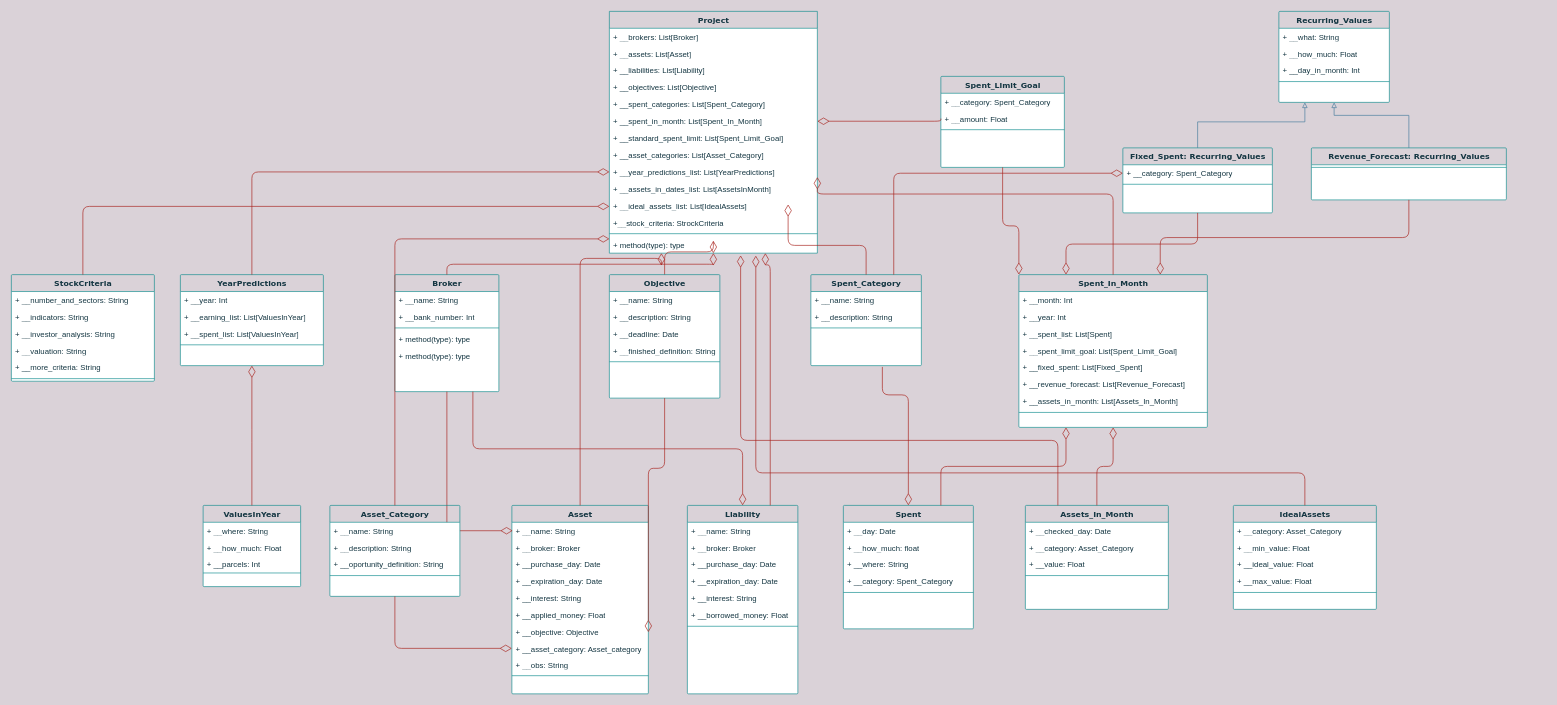
Above: Class Diagram.drawio in gusttav-lang/Financial-Controller (draw.io), before the change. Source tidied: cells renumbered, new cells numbered last; positions are measured from the earlier drawing's top-left corner, leaving out a move shared by most shapes. Both pictures are drawn from the tidied source at 65%, with x=0, y=0 at pixel (11, 11).
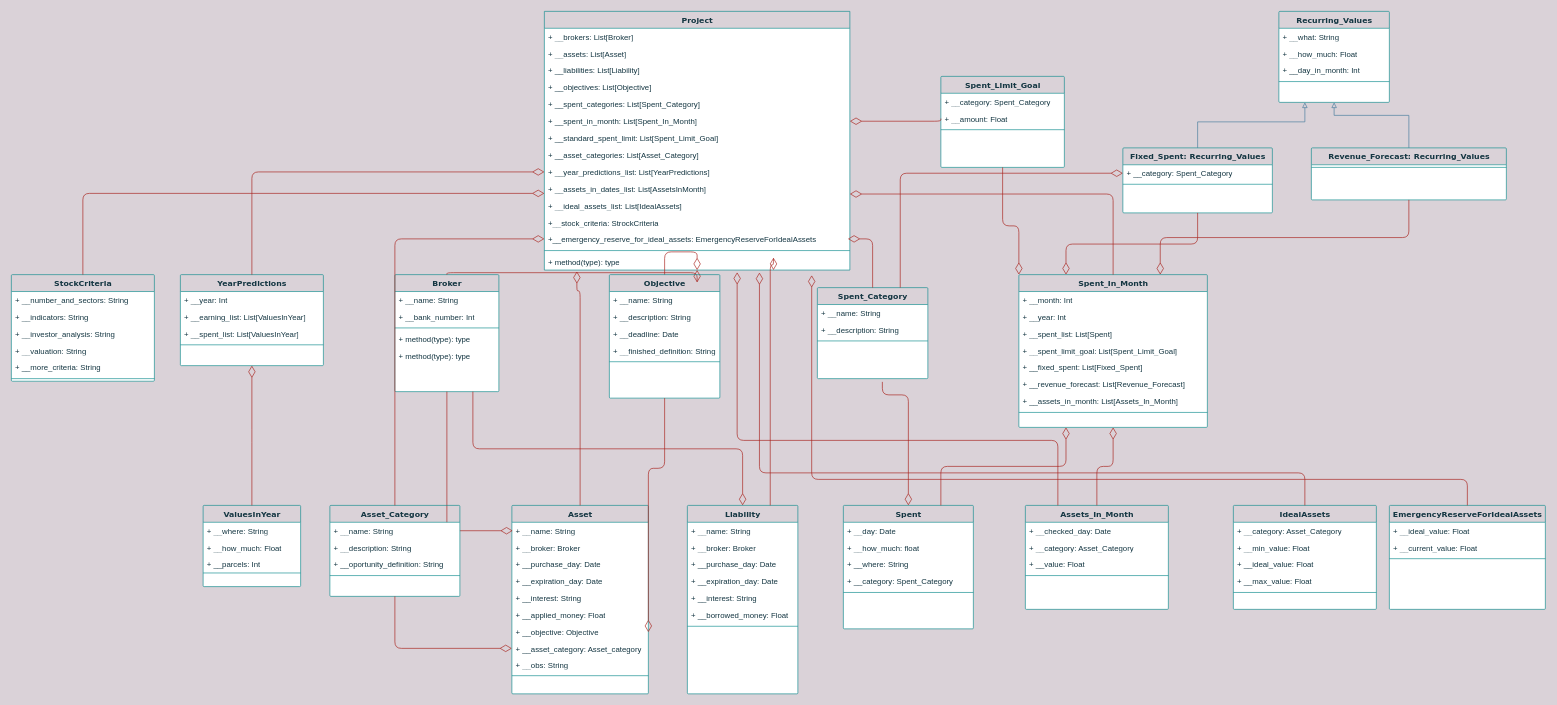
After the change.

The change refers to these unchanged cells:
```xml
<mxCell id="24" value="Asset" style="swimlane;html=1;fontStyle=1;align=center;verticalAlign=top;horizontal=1;startSize=26;swimlaneFillColor=#ffffff;shadow=0;comic=0;labelBackgroundColor=none;strokeWidth=1;fillColor=none;fontFamily=Verdana;fontSize=12;strokeColor=#0F8B8D;fontColor=#143642;rounded=1;arcSize=2;" parent="1" vertex="1">
  <mxGeometry x="770" y="760" width="210" height="290" as="geometry" />
</mxCell>
<mxCell id="55" value="Spent_In_Month" style="swimlane;html=1;fontStyle=1;align=center;verticalAlign=top;horizontal=1;startSize=26;swimlaneFillColor=#ffffff;shadow=0;comic=0;labelBackgroundColor=none;strokeWidth=1;fillColor=none;fontFamily=Verdana;fontSize=12;strokeColor=#0F8B8D;fontColor=#143642;rounded=1;arcSize=2;" parent="1" vertex="1">
  <mxGeometry x="1550" y="405" width="290" height="235" as="geometry" />
</mxCell>
<mxCell id="64" value="Spent&lt;br&gt;" style="swimlane;html=1;fontStyle=1;align=center;verticalAlign=top;horizontal=1;startSize=26;swimlaneFillColor=#ffffff;shadow=0;comic=0;labelBackgroundColor=none;strokeWidth=1;fillColor=none;fontFamily=Verdana;fontSize=12;strokeColor=#0F8B8D;fontColor=#143642;rounded=1;arcSize=2;" parent="1" vertex="1">
  <mxGeometry x="1280" y="760" width="200" height="190" as="geometry" />
</mxCell>
<mxCell id="105" value="Asset_Category" style="swimlane;html=1;fontStyle=1;align=center;verticalAlign=top;horizontal=1;startSize=26;swimlaneFillColor=#ffffff;shadow=0;comic=0;labelBackgroundColor=none;strokeWidth=1;fillColor=none;fontFamily=Verdana;fontSize=12;strokeColor=#0F8B8D;fontColor=#143642;rounded=1;arcSize=2;" parent="1" vertex="1">
  <mxGeometry x="490" y="760" width="200" height="140" as="geometry" />
</mxCell>
<mxCell id="132" value="StockCriteria" style="swimlane;html=1;fontStyle=1;align=center;verticalAlign=top;horizontal=1;startSize=26;swimlaneFillColor=#ffffff;shadow=0;comic=0;labelBackgroundColor=none;strokeWidth=1;fillColor=none;fontFamily=Verdana;fontSize=12;strokeColor=#0F8B8D;fontColor=#143642;rounded=1;arcSize=2;" parent="1" vertex="1">
  <mxGeometry y="405" width="220" height="164" as="geometry" />
</mxCell>
```

What changed in the source:
```diff
@@
     <mxCell id="8" value="Project" style="swimlane;html=1;fontStyle=1;align=center;verticalAlign=top;horizontal=1;startSize=26;swimlaneFillColor=#ffffff;shadow=0;comic=0;labelBackgroundColor=none;strokeWidth=1;fillColor=none;fontFamily=Verdana;fontSize=12;strokeColor=#0F8B8D;fontColor=#143642;rounded=0;" parent="1" vertex="1">
-      <mxGeometry x="920" width="320" height="372" as="geometry" />
+      <mxGeometry x="820" width="470" height="398" as="geometry" />
     </mxCell>
     <mxCell id="9" value="+ __brokers: List[Broker]" style="text;html=1;strokeColor=none;fillColor=none;align=left;verticalAlign=top;spacingLeft=4;spacingRight=4;whiteSpace=wrap;overflow=hidden;fontColor=#143642;rounded=1;" parent="8" vertex="1">
-      <mxGeometry y="26" width="320" height="26" as="geometry" />
+      <mxGeometry y="26" width="470" height="26" as="geometry" />
     </mxCell>
     <mxCell id="10" value="+ __assets: List[Asset]" style="text;html=1;strokeColor=none;fillColor=none;align=left;verticalAlign=top;spacingLeft=4;spacingRight=4;whiteSpace=wrap;overflow=hidden;fontColor=#143642;rounded=1;" parent="8" vertex="1">
-      <mxGeometry y="52" width="320" height="26" as="geometry" />
+      <mxGeometry y="52" width="470" height="26" as="geometry" />
     </mxCell>
     <mxCell id="11" value="+ __liabilities: List[Liability]" style="text;html=1;strokeColor=none;fillColor=none;align=left;verticalAlign=top;spacingLeft=4;spacingRight=4;whiteSpace=wrap;overflow=hidden;fontColor=#143642;rounded=1;" parent="8" vertex="1">
-      <mxGeometry y="78" width="320" height="26" as="geometry" />
+      <mxGeometry y="78" width="470" height="26" as="geometry" />
     </mxCell>
     <mxCell id="12" value="+ __objectives: List[Objective]" style="text;html=1;strokeColor=none;fillColor=none;align=left;verticalAlign=top;spacingLeft=4;spacingRight=4;whiteSpace=wrap;overflow=hidden;fontColor=#143642;rounded=1;" parent="8" vertex="1">
-      <mxGeometry y="104" width="320" height="26" as="geometry" />
+      <mxGeometry y="104" width="470" height="26" as="geometry" />
     </mxCell>
     <mxCell id="13" value="+ __spent_categories: List[Spent_Category]" style="text;html=1;strokeColor=none;fillColor=none;align=left;verticalAlign=top;spacingLeft=4;spacingRight=4;whiteSpace=wrap;overflow=hidden;fontColor=#143642;rounded=1;" parent="8" vertex="1">
-      <mxGeometry y="130" width="320" height="26" as="geometry" />
+      <mxGeometry y="130" width="470" height="26" as="geometry" />
     </mxCell>
     <mxCell id="14" value="+ __spent_in_month: List[Spent_In_Month]" style="text;html=1;strokeColor=none;fillColor=none;align=left;verticalAlign=top;spacingLeft=4;spacingRight=4;whiteSpace=wrap;overflow=hidden;points=[[0,0.5],[1,0.5]];portConstraint=eastwest;fontColor=#143642;rounded=1;" parent="8" vertex="1">
-      <mxGeometry y="156" width="320" height="26" as="geometry" />
+      <mxGeometry y="156" width="470" height="26" as="geometry" />
     </mxCell>
     <mxCell id="15" value="+ __standard_spent_limit: List[Spent_Limit_Goal]" style="text;html=1;strokeColor=none;fillColor=none;align=left;verticalAlign=top;spacingLeft=4;spacingRight=4;whiteSpace=wrap;overflow=hidden;fontColor=#143642;rounded=1;" parent="8" vertex="1">
-      <mxGeometry y="182" width="320" height="26" as="geometry" />
+      <mxGeometry y="182" width="470" height="26" as="geometry" />
     </mxCell>
     <mxCell id="16" value="+ __asset_categories: List[Asset_Category]" style="text;html=1;strokeColor=none;fillColor=none;align=left;verticalAlign=top;spacingLeft=4;spacingRight=4;whiteSpace=wrap;overflow=hidden;fontColor=#143642;rounded=1;" parent="8" vertex="1">
-      <mxGeometry y="208" width="320" height="26" as="geometry" />
+      <mxGeometry y="208" width="470" height="26" as="geometry" />
     </mxCell>
     <mxCell id="17" value="+ __year_predictions_list: List[YearPredictions]" style="text;html=1;strokeColor=none;fillColor=none;align=left;verticalAlign=top;spacingLeft=4;spacingRight=4;whiteSpace=wrap;overflow=hidden;points=[[0,0.5],[1,0.5]];portConstraint=eastwest;fontColor=#143642;rounded=1;" parent="8" vertex="1">
-      <mxGeometry y="234" width="320" height="26" as="geometry" />
+      <mxGeometry y="234" width="470" height="26" as="geometry" />
     </mxCell>
     <mxCell id="18" value="+ __assets_in_dates_list: List[AssetsInMonth]" style="text;html=1;strokeColor=none;fillColor=none;align=left;verticalAlign=top;spacingLeft=4;spacingRight=4;whiteSpace=wrap;overflow=hidden;fontColor=#143642;rounded=1;" parent="8" vertex="1">
-      <mxGeometry y="260" width="320" height="26" as="geometry" />
+      <mxGeometry y="260" width="470" height="26" as="geometry" />
     </mxCell>
     <mxCell id="19" value="+ __ideal_assets_list: List[IdealAssets]" style="text;html=1;strokeColor=none;fillColor=none;align=left;verticalAlign=top;spacingLeft=4;spacingRight=4;whiteSpace=wrap;overflow=hidden;fontColor=#143642;rounded=1;" parent="8" vertex="1">
-      <mxGeometry y="286" width="320" height="26" as="geometry" />
+      <mxGeometry y="286" width="470" height="26" as="geometry" />
     </mxCell>
     <mxCell id="20" value="+__stock_criteria: StrockCriteria" style="text;html=1;strokeColor=none;fillColor=none;align=left;verticalAlign=top;spacingLeft=4;spacingRight=4;whiteSpace=wrap;overflow=hidden;fontColor=#143642;rounded=1;" parent="8" vertex="1">
-      <mxGeometry y="312" width="320" height="26" as="geometry" />
+      <mxGeometry y="312" width="470" height="26" as="geometry" />
     </mxCell>
+    <mxCell id="140" value="+__emergency_reserve_for_ideal_assets: EmergencyReserveForIdealAssets" style="text;html=1;strokeColor=none;fillColor=none;align=left;verticalAlign=top;spacingLeft=4;spacingRight=4;whiteSpace=wrap;overflow=hidden;fontColor=#143642;rounded=1;" parent="8" vertex="1">
+      <mxGeometry y="338" width="470" height="26" as="geometry" />
+    </mxCell>
     <mxCell id="21" style="line;html=1;strokeWidth=1;fillColor=none;align=left;verticalAlign=middle;spacingTop=-1;spacingLeft=3;spacingRight=3;labelPosition=right;labelBackgroundColor=#DAD2D8;strokeColor=#0F8B8D;fontColor=#143642;rounded=1;" parent="8" vertex="1">
-      <mxGeometry y="338" width="320" height="8" as="geometry" />
+      <mxGeometry y="364" width="470" height="8" as="geometry" />
     </mxCell>
     <mxCell id="22" value="+ method(type): type" style="text;html=1;strokeColor=none;fillColor=none;align=left;verticalAlign=top;spacingLeft=4;spacingRight=4;whiteSpace=wrap;overflow=hidden;points=[[0,0.5],[1,0.5]];portConstraint=eastwest;fontColor=#143642;rounded=1;" parent="8" vertex="1">
-      <mxGeometry y="346" width="320" height="26" as="geometry" />
+      <mxGeometry y="372" width="470" height="26" as="geometry" />
     </mxCell>
@@
     <mxCell id="51" value="Spent_Category" style="swimlane;html=1;fontStyle=1;align=center;verticalAlign=top;horizontal=1;startSize=26;swimlaneFillColor=#ffffff;shadow=0;comic=0;labelBackgroundColor=none;strokeWidth=1;fillColor=none;fontFamily=Verdana;fontSize=12;strokeColor=#0F8B8D;fontColor=#143642;rounded=1;arcSize=2;" parent="1" vertex="1">
-      <mxGeometry x="1230" y="405" width="170" height="140" as="geometry" />
+      <mxGeometry x="1240" y="425" width="170" height="140" as="geometry" />
     </mxCell>
@@
-    <mxCell id="93" style="edgeStyle=elbowEdgeStyle;html=1;labelBackgroundColor=none;startFill=0;startSize=8;endArrow=diamondThin;endFill=0;endSize=16;fontFamily=Verdana;fontSize=12;elbow=vertical;strokeColor=#A8201A;fontColor=#143642;exitX=0.5;exitY=0;exitDx=0;exitDy=0;entryX=0.25;entryY=1;entryDx=0;entryDy=0;" parent="1" edge="1" source="24" target="8">
+    <mxCell id="93" style="edgeStyle=elbowEdgeStyle;html=1;labelBackgroundColor=none;startFill=0;startSize=8;endArrow=diamondThin;endFill=0;endSize=16;fontFamily=Verdana;fontSize=12;elbow=vertical;strokeColor=#A8201A;fontColor=#143642;exitX=0.5;exitY=0;exitDx=0;exitDy=0;" parent="1" edge="1" source="24">
       <mxGeometry relative="1" as="geometry">
+        <mxPoint x="870" y="400" as="targetPoint" />
         <Array as="points">
-          <mxPoint x="950" y="380" />
+          <mxPoint x="900" y="430" />
         </Array>
       </mxGeometry>
     </mxCell>
@@
     <mxCell id="95" style="edgeStyle=elbowEdgeStyle;html=1;labelBackgroundColor=none;startFill=0;startSize=8;endArrow=diamondThin;endFill=0;endSize=16;fontFamily=Verdana;fontSize=12;elbow=vertical;strokeColor=#A8201A;fontColor=#143642;exitX=0.5;exitY=0;exitDx=0;exitDy=0;" parent="1" edge="1" source="51">
       <mxGeometry relative="1" as="geometry">
-        <mxPoint x="1195" y="297" as="targetPoint" />
+        <mxPoint x="1287" y="350" as="targetPoint" />
         <Array as="points">
-          <mxPoint x="1230" y="360" />
+          <mxPoint x="1310" y="350" />
         </Array>
       </mxGeometry>
     </mxCell>
     <mxCell id="96" style="edgeStyle=elbowEdgeStyle;html=1;labelBackgroundColor=none;startFill=0;startSize=8;endArrow=diamondThin;endFill=0;endSize=16;fontFamily=Verdana;fontSize=12;elbow=vertical;strokeColor=#A8201A;fontColor=#143642;entryX=0.5;entryY=0;entryDx=0;entryDy=0;" parent="1" edge="1" target="64">
       <mxGeometry relative="1" as="geometry">
-        <mxPoint x="1340" y="547" as="sourcePoint" />
+        <mxPoint x="1340" y="570" as="sourcePoint" />
         <Array as="points">
           <mxPoint x="1440" y="590" />
         </Array>
       </mxGeometry>
     </mxCell>
-    <mxCell id="97" style="edgeStyle=elbowEdgeStyle;html=1;labelBackgroundColor=none;startFill=0;startSize=8;endArrow=diamondThin;endFill=0;endSize=16;fontFamily=Verdana;fontSize=12;elbow=vertical;strokeColor=#A8201A;fontColor=#143642;exitX=0.5;exitY=0;exitDx=0;exitDy=0;entryX=1;entryY=0.5;entryDx=0;entryDy=0;" parent="1" edge="1" source="55">
+    <mxCell id="97" style="edgeStyle=elbowEdgeStyle;html=1;labelBackgroundColor=none;startFill=0;startSize=8;endArrow=diamondThin;endFill=0;endSize=16;fontFamily=Verdana;fontSize=12;elbow=vertical;strokeColor=#A8201A;fontColor=#143642;exitX=0.5;exitY=0;exitDx=0;exitDy=0;" parent="1" edge="1" source="55">
       <mxGeometry relative="1" as="geometry">
-        <mxPoint x="1240" y="255" as="targetPoint" />
+        <mxPoint x="1290" y="281" as="targetPoint" />
         <Array as="points">
           <mxPoint x="1460" y="281" />
         </Array>
       </mxGeometry>
     </mxCell>
@@
     <mxCell id="111" style="edgeStyle=elbowEdgeStyle;html=1;labelBackgroundColor=none;startFill=0;startSize=8;endArrow=diamondThin;endFill=0;endSize=16;fontFamily=Verdana;fontSize=12;elbow=vertical;strokeColor=#A8201A;fontColor=#143642;exitX=0.5;exitY=0;exitDx=0;exitDy=0;" parent="1" edge="1" source="105">
       <mxGeometry relative="1" as="geometry">
-        <mxPoint x="920" y="350" as="targetPoint" />
+        <mxPoint x="820" y="350" as="targetPoint" />
         <Array as="points">
           <mxPoint x="750" y="350" />
           <mxPoint x="750" y="372" />
         </Array>
       </mxGeometry>
     </mxCell>
@@
     <mxCell id="139" style="edgeStyle=elbowEdgeStyle;html=1;labelBackgroundColor=none;startFill=0;startSize=8;endArrow=diamondThin;endFill=0;endSize=16;fontFamily=Verdana;fontSize=12;elbow=vertical;strokeColor=#A8201A;fontColor=#143642;exitX=0.5;exitY=0;exitDx=0;exitDy=0;" parent="1" edge="1" source="132">
       <mxGeometry relative="1" as="geometry">
-        <mxPoint x="920" y="300" as="targetPoint" />
+        <mxPoint x="820" y="280" as="targetPoint" />
         <Array as="points">
+          <mxPoint x="750" y="280" />
+          <mxPoint x="830" y="310" />
           <mxPoint x="130" y="300" />
         </Array>
       </mxGeometry>
     </mxCell>
+    <mxCell id="141" value="EmergencyReserveForIdealAssets" style="swimlane;html=1;fontStyle=1;align=center;verticalAlign=top;horizontal=1;startSize=26;swimlaneFillColor=#ffffff;shadow=0;comic=0;labelBackgroundColor=none;strokeWidth=1;fillColor=none;fontFamily=Verdana;fontSize=12;strokeColor=#0F8B8D;fontColor=#143642;rounded=1;arcSize=2;" parent="1" vertex="1">
+      <mxGeometry x="2120" y="760" width="240" height="160" as="geometry" />
+    </mxCell>
+    <mxCell id="142" value="+ __ideal_value: Float" style="text;html=1;strokeColor=none;fillColor=none;align=left;verticalAlign=top;spacingLeft=4;spacingRight=4;whiteSpace=wrap;overflow=hidden;fontColor=#143642;rounded=1;" parent="141" vertex="1">
+      <mxGeometry y="26" width="240" height="26" as="geometry" />
+    </mxCell>
+    <mxCell id="143" value="+ __current_value: Float" style="text;html=1;strokeColor=none;fillColor=none;align=left;verticalAlign=top;spacingLeft=4;spacingRight=4;whiteSpace=wrap;overflow=hidden;fontColor=#143642;rounded=1;" parent="141" vertex="1">
+      <mxGeometry y="52" width="240" height="26" as="geometry" />
+    </mxCell>
+    <mxCell id="144" style="line;html=1;strokeWidth=1;fillColor=none;align=left;verticalAlign=middle;spacingTop=-1;spacingLeft=3;spacingRight=3;labelPosition=right;labelBackgroundColor=#DAD2D8;strokeColor=#0F8B8D;fontColor=#143642;rounded=1;" parent="141" vertex="1">
+      <mxGeometry y="78" width="240" height="8" as="geometry" />
+    </mxCell>
+    <mxCell id="145" style="edgeStyle=elbowEdgeStyle;html=1;labelBackgroundColor=none;startFill=0;startSize=8;endArrow=diamondThin;endFill=0;endSize=16;fontFamily=Verdana;fontSize=12;elbow=vertical;strokeColor=#A8201A;fontColor=#143642;entryX=0.875;entryY=1.308;entryDx=0;entryDy=0;entryPerimeter=0;" parent="1" edge="1" source="141" target="22">
+      <mxGeometry relative="1" as="geometry">
+        <Array as="points">
+          <mxPoint x="1580" y="720" />
+        </Array>
+      </mxGeometry>
+    </mxCell>
```
